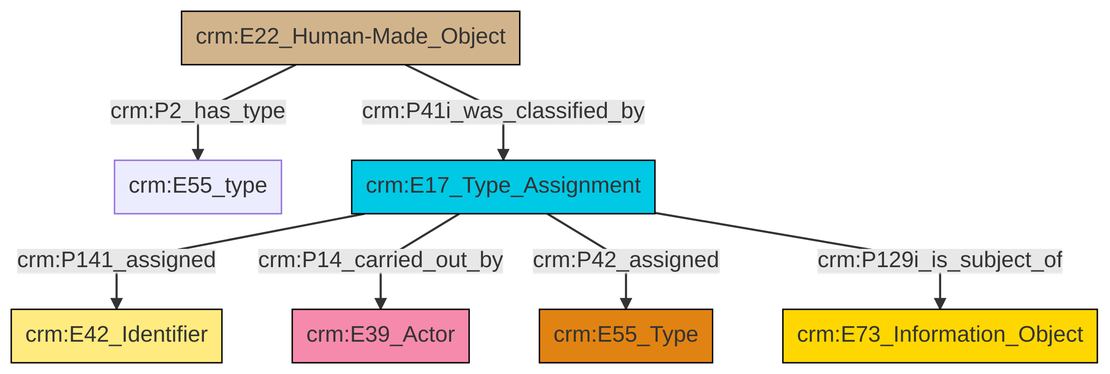
This is et/builtWorkCSV/ttl/mmd/png/Built_Work_designation_status.png from swiss-art-research-net/reference-data-models, a Mermaid export, as it was before one commit. Its source is kept beside it as et/builtWorkCSV/ttl/mmd/Built_Work_designation_status.ttl.mmd.
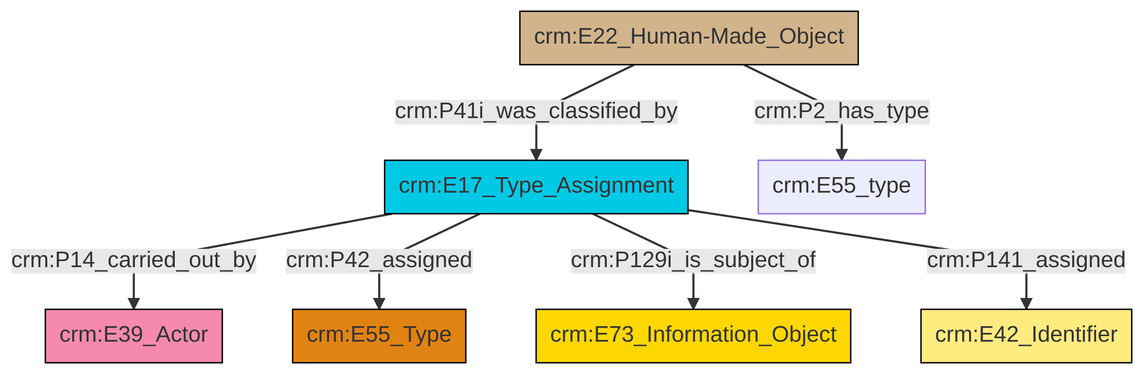
After the change.

Diff of the diagram source:
```diff
@@ -13,9 +13,9 @@
 classDef PC_Classes fill:#4ce600, stroke:#000000;
 classDef Multi fill:#cccccc,stroke:#000000;
 
-0["crm:E22_Human-Made_Object"]:::Physical_Thing -->|crm:P2_has_type| 1["crm:E55_type"]:::Default
-0["crm:E22_Human-Made_Object"]:::Physical_Thing -->|crm:P41i_was_classified_by| 2["crm:E17_Type_Assignment"]:::Temporal_Entity
-2["crm:E17_Type_Assignment"]:::Temporal_Entity -->|crm:P141_assigned| 3["crm:E42_Identifier"]:::Appellation
-2["crm:E17_Type_Assignment"]:::Temporal_Entity -->|crm:P14_carried_out_by| 4["crm:E39_Actor"]:::Actor
-2["crm:E17_Type_Assignment"]:::Temporal_Entity -->|crm:P42_assigned| 11["crm:E55_Type"]:::Type
-2["crm:E17_Type_Assignment"]:::Temporal_Entity -->|crm:P129i_is_subject_of| 7["crm:E73_Information_Object"]:::Conceptual_Object
+4["crm:E17_Type_Assignment"]:::Temporal_Entity -->|crm:P14_carried_out_by| 6["crm:E39_Actor"]:::Actor
+4["crm:E17_Type_Assignment"]:::Temporal_Entity -->|crm:P42_assigned| 0["crm:E55_Type"]:::Type
+4["crm:E17_Type_Assignment"]:::Temporal_Entity -->|crm:P129i_is_subject_of| 7["crm:E73_Information_Object"]:::Conceptual_Object
+2["crm:E22_Human-Made_Object"]:::Physical_Thing -->|crm:P41i_was_classified_by| 4["crm:E17_Type_Assignment"]:::Temporal_Entity
+4["crm:E17_Type_Assignment"]:::Temporal_Entity -->|crm:P141_assigned| 10["crm:E42_Identifier"]:::Appellation
+2["crm:E22_Human-Made_Object"]:::Physical_Thing -->|crm:P2_has_type| 11["crm:E55_type"]:::Default
```
